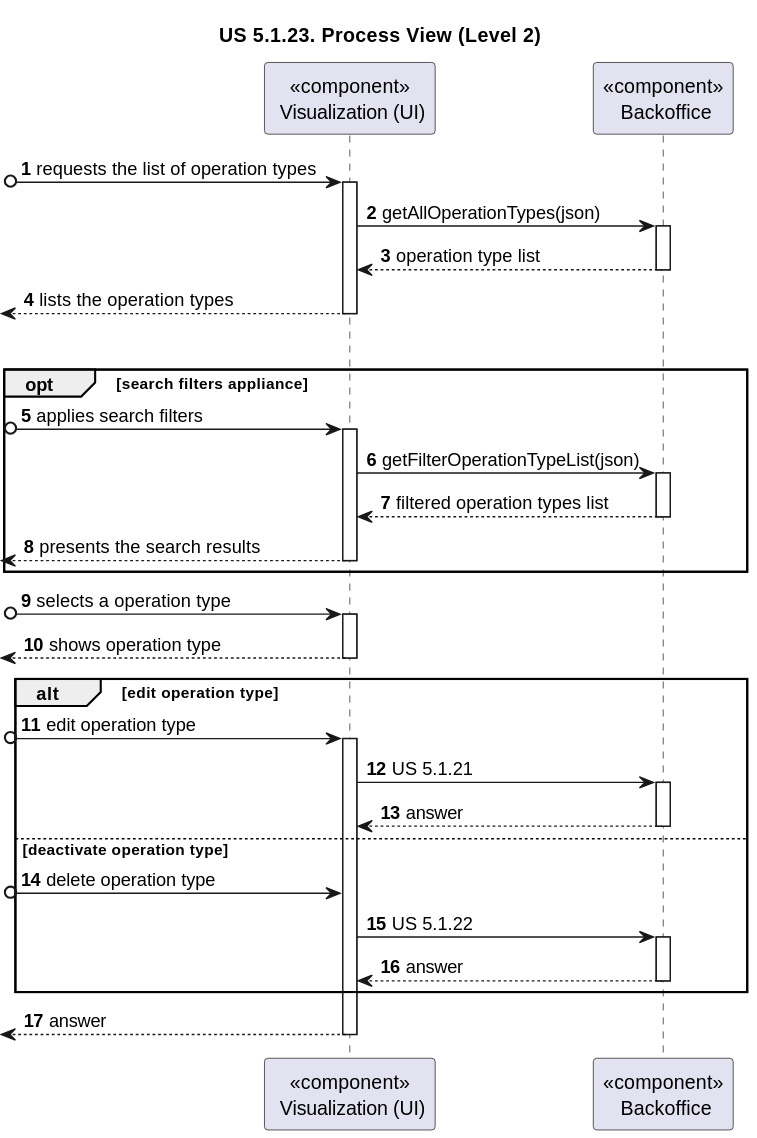
The PlantUML diagram docs/sprint-2/1221933/us-6.2.21/diagrams/n2/process-view-nivel2.svg in rita-barbosa/LAPR5-2425, before a commit. Source of this version:
```plantuml
@startuml

title "US 5.1.23. Process View (Level 2)"

autonumber

participant "<<component>>\n Visualization (UI)" as UI
participant "<<component>>\n Backoffice" as BACK


[o-> UI : requests the list of operation types
activate UI

UI -> BACK : getAllOperationTypes(json)
activate BACK

BACK --> UI : operation type list
deactivate BACK

<-- UI : lists the operation types
deactivate UI
|||

    opt search filters appliance
        [o-> UI : applies search filters
        activate UI

            UI -> BACK : getFilterOperationTypeList(json)
            activate BACK

            BACK --> UI : filtered operation types list
            deactivate BACK

        <-- UI : presents the search results
        deactivate UI
    end opt

[o-> UI : selects a operation type
activate UI

<-- UI : shows operation type
deactivate UI

    alt  edit operation type
        [o-> UI : edit operation type
        activate UI

        UI -> BACK : US 5.1.21
        activate BACK

        BACK --> UI : answer
        deactivate BACK


    else deactivate operation type

        [o-> UI : delete operation type

        UI -> BACK : US 5.1.22
        activate BACK

        BACK --> UI : answer
        deactivate BACK

    end alt

<-- UI : answer
deactivate UI
@enduml
```
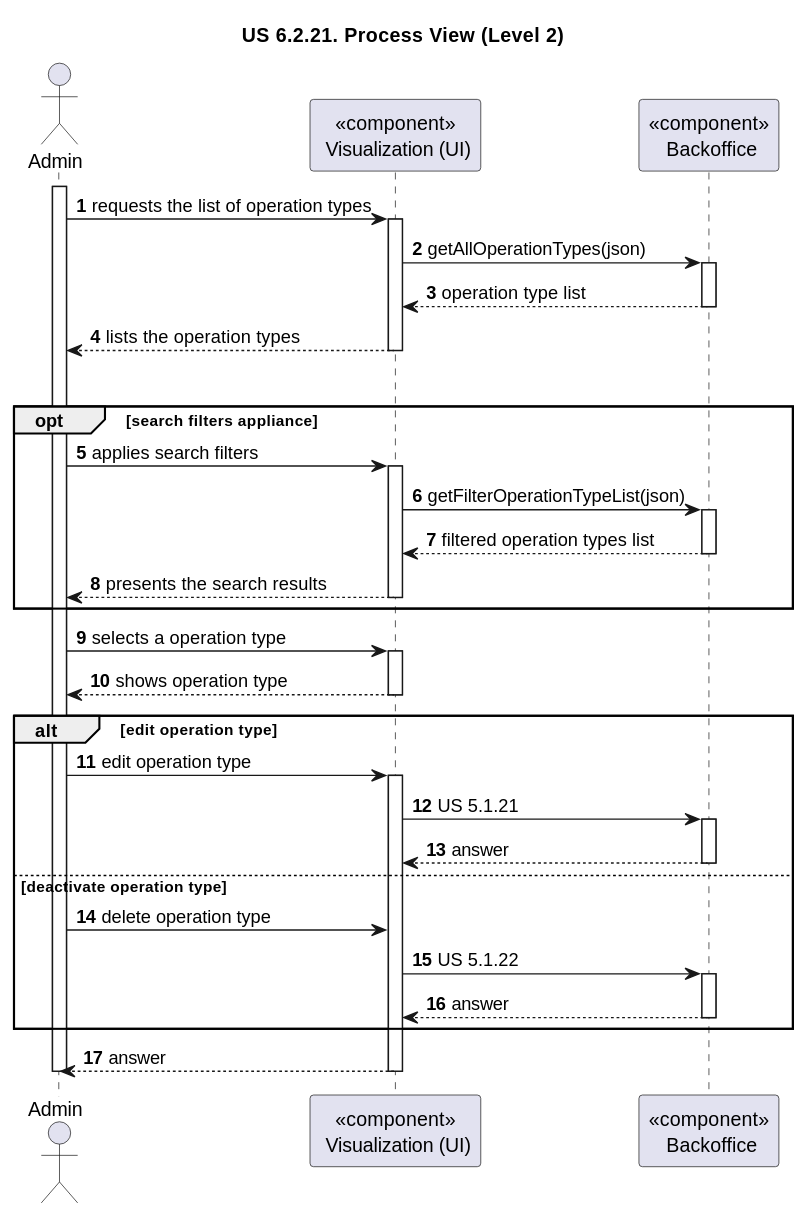
Later version of the same file.

Commit message:
DG38-346 | docs: adds process view of design.

The edit, as a diff of the source:
```diff
@@ -1,14 +1,15 @@
 @startuml
 
-title "US 5.1.23. Process View (Level 2)"
+title "US 6.2.21. Process View (Level 2)"
 
 autonumber
 
+actor Admin as ADM
 participant "<<component>>\n Visualization (UI)" as UI
 participant "<<component>>\n Backoffice" as BACK
 
-
-[o-> UI : requests the list of operation types
+activate ADM
+ADM-> UI : requests the list of operation types
 activate UI
 
 UI -> BACK : getAllOperationTypes(json)
@@ -17,12 +18,12 @@
 BACK --> UI : operation type list
 deactivate BACK
 
-<-- UI : lists the operation types
+ADM <-- UI : lists the operation types
 deactivate UI
 |||
 
     opt search filters appliance
-        [o-> UI : applies search filters
+        ADM-> UI : applies search filters
         activate UI
 
             UI -> BACK : getFilterOperationTypeList(json)
@@ -31,18 +32,18 @@
             BACK --> UI : filtered operation types list
             deactivate BACK
 
-        <-- UI : presents the search results
+        ADM <-- UI : presents the search results
         deactivate UI
     end opt
 
-[o-> UI : selects a operation type
+ADM-> UI : selects a operation type
 activate UI
 
-<-- UI : shows operation type
+ADM <-- UI : shows operation type
 deactivate UI
 
     alt  edit operation type
-        [o-> UI : edit operation type
+        ADM -> UI : edit operation type
         activate UI
 
         UI -> BACK : US 5.1.21
@@ -54,7 +55,7 @@
 
     else deactivate operation type
 
-        [o-> UI : delete operation type
+        ADM -> UI : delete operation type
 
         UI -> BACK : US 5.1.22
         activate BACK
@@ -64,6 +65,7 @@
 
     end alt
 
-<-- UI : answer
+ADM <-- UI : answer
 deactivate UI
+deactivate ADM
 @enduml
```
